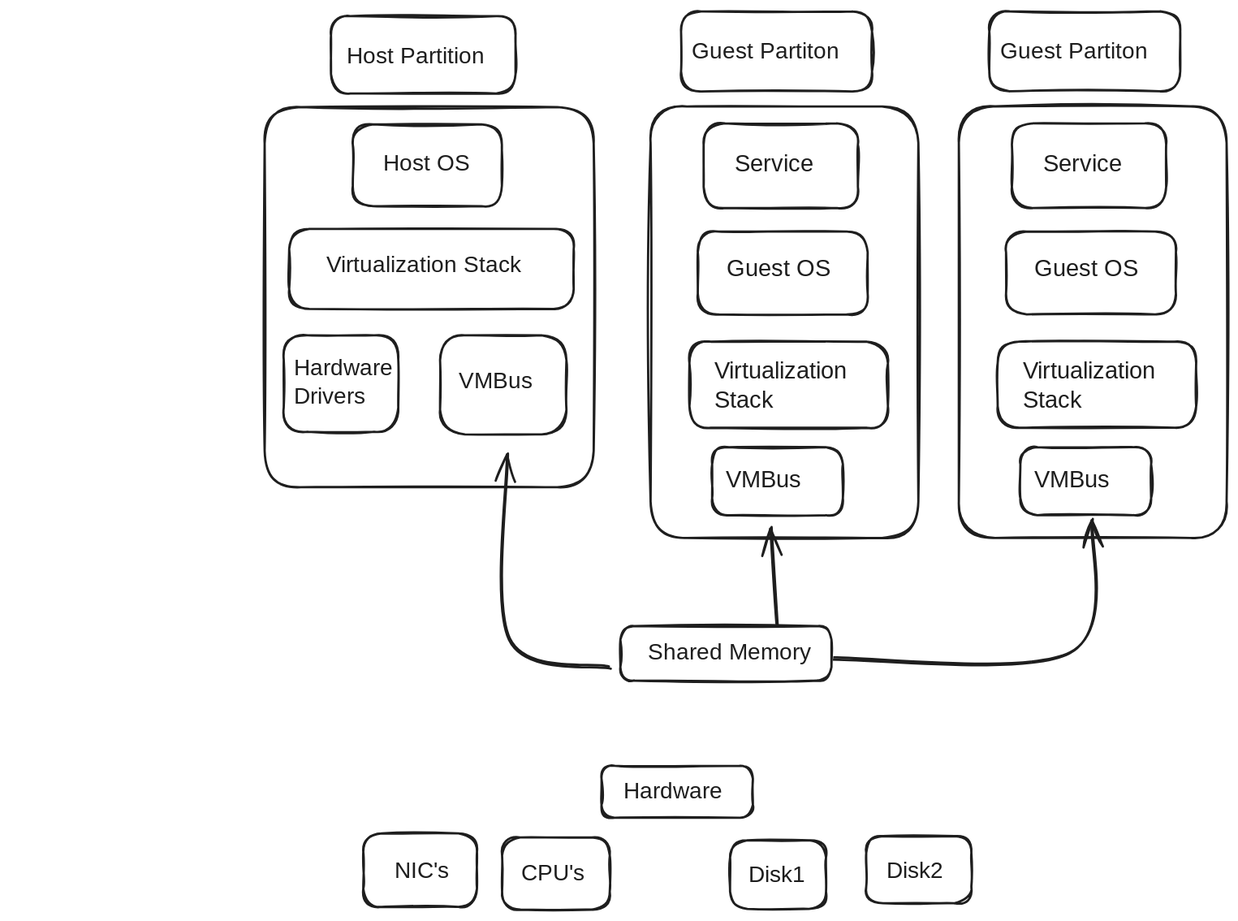
This is Notes Factory/Semister 5/CLD/qb/rough.excalidraw.svg from P7XCKD/NF, a Excalidraw export, as it was before one commit. Source tidied: one line per element, renumbered; positions are measured from the earlier drawing's top-left corner, leaving out a move shared by most shapes.
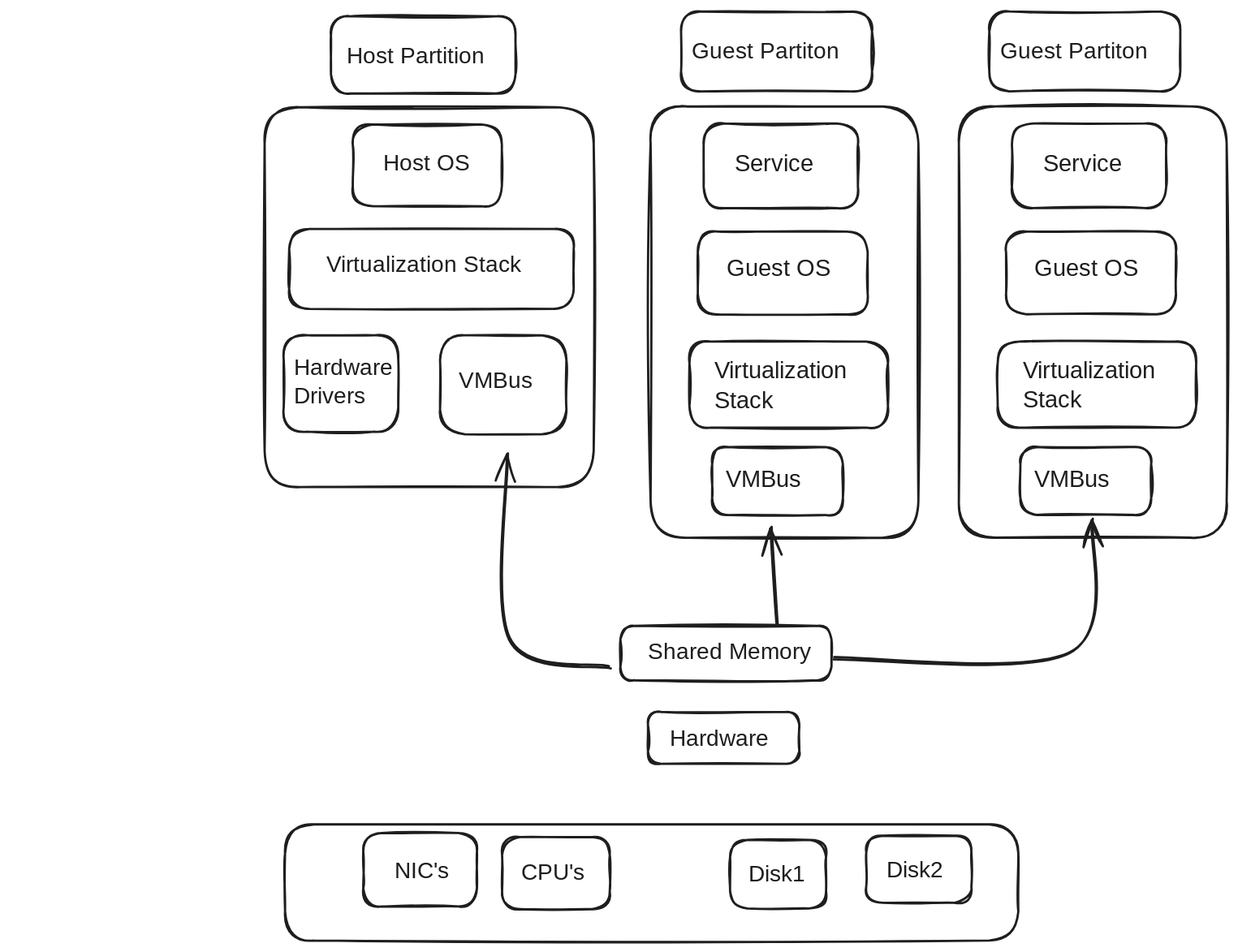
After the change.

Change to the diagram source:
```diff
@@ -1,4 +1,4 @@
-{"id": 0, "type": "rectangle", "strokeColor": "#1e1e1e", "backgroundColor": "#ffffff", "fillStyle": "solid", "strokeWidth": 2, "roughness": 1, "round": true, "x": 296, "y": 664, "width": 133, "height": 46}
+{"id": 48, "type": "rectangle", "strokeColor": "#1e1e1e", "backgroundColor": "#ffffff", "fillStyle": "solid", "strokeWidth": 2, "roughness": 1, "round": true, "x": 18, "y": 716, "width": 645, "height": 102}
 {"id": 1, "type": "text", "text": "Host Partition", "strokeColor": "#1e1e1e", "strokeWidth": 2, "roughness": 1, "fontSize": 20, "fontFamily": 5, "x": 72, "y": 28, "width": 141, "height": 25}
 {"id": 2, "type": "text", "text": "Host OS", "strokeColor": "#1e1e1e", "strokeWidth": 2, "roughness": 1, "fontSize": 20, "fontFamily": 5, "x": 104, "y": 123, "width": 82, "height": 25}
 {"id": 3, "type": "text", "text": "Virtualization Stack", "strokeColor": "#1e1e1e", "strokeWidth": 2, "roughness": 1, "fontSize": 20, "fontFamily": 5, "x": 54, "y": 211, "width": 194, "height": 25}
@@ -37,7 +37,8 @@
 {"id": 36, "type": "arrow", "strokeColor": "#1e1e1e", "backgroundColor": "#ffffff", "fillStyle": "solid", "strokeWidth": 2, "roughness": 1, "endArrowhead": "arrow", "round": true, "to": 32, "x": 495, "y": 569, "width": 234, "height": 123, "points": [[0, 0], [213, -4], [234, -123]]}
 {"id": 37, "type": "rectangle", "strokeColor": "#1e1e1e", "backgroundColor": "#ffffff", "fillStyle": "solid", "strokeWidth": 2, "roughness": 1, "round": true, "x": 313, "y": 541, "width": 186, "height": 48}
 {"id": 38, "type": "text", "text": "Shared Memory", "strokeColor": "#1e1e1e", "strokeWidth": 2, "roughness": 1, "fontSize": 20, "fontFamily": 5, "x": 337, "y": 552, "width": 146, "height": 25}
+{"id": 0, "type": "rectangle", "strokeColor": "#1e1e1e", "backgroundColor": "#ffffff", "fillStyle": "solid", "strokeWidth": 2, "roughness": 1, "round": true, "x": 337, "y": 617, "width": 133, "height": 46}
-{"id": 39, "type": "text", "text": "Hardware", "strokeColor": "#1e1e1e", "backgroundColor": "#ffffff", "fillStyle": "solid", "strokeWidth": 2, "roughness": 1, "fontSize": 20, "fontFamily": 5, "x": 316, "y": 675, "width": 87, "height": 25}
+{"id": 39, "type": "text", "text": "Hardware", "strokeColor": "#1e1e1e", "backgroundColor": "#ffffff", "fillStyle": "solid", "strokeWidth": 2, "roughness": 1, "fontSize": 20, "fontFamily": 5, "x": 357, "y": 629, "width": 87, "height": 25}
 {"id": 40, "type": "rectangle", "strokeColor": "#1e1e1e", "backgroundColor": "#ffffff", "fillStyle": "solid", "strokeWidth": 2, "roughness": 1, "round": true, "x": 529, "y": 726, "width": 93, "height": 59}
 {"id": 41, "type": "rectangle", "strokeColor": "#1e1e1e", "backgroundColor": "#ffffff", "fillStyle": "solid", "strokeWidth": 2, "roughness": 1, "round": true, "x": 209, "y": 727, "width": 95, "height": 64}
 {"id": 42, "type": "rectangle", "strokeColor": "#1e1e1e", "backgroundColor": "#ffffff", "fillStyle": "solid", "strokeWidth": 2, "roughness": 1, "round": true, "x": 410, "y": 729, "width": 84, "height": 60}
```
